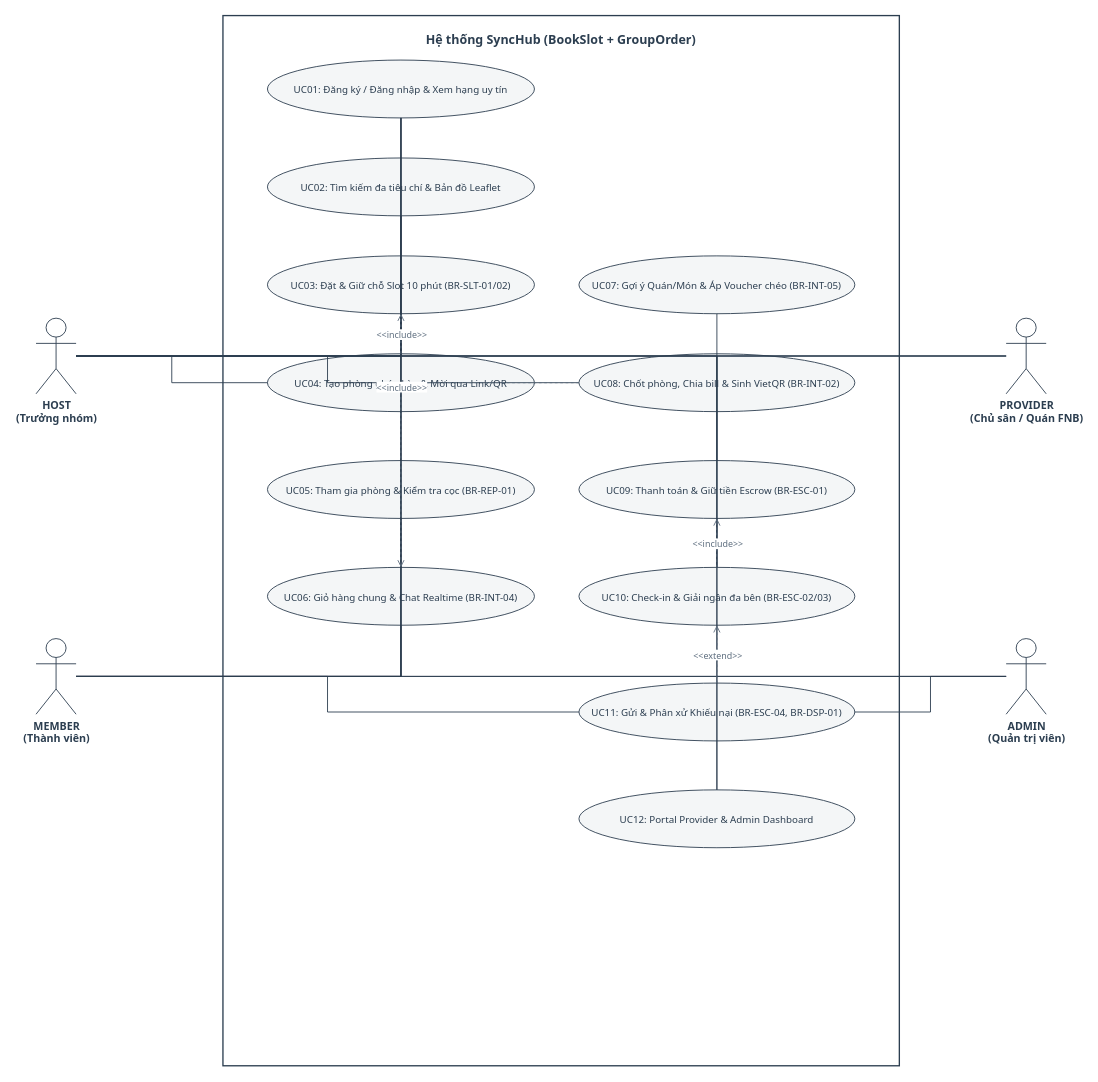
Des1r3d/WebKD keeps this draw.io diagram as page "Tổng quan hệ thống" (1 of 5) of docs/diagrams/UseCase.drawio. Above is the earlier version. Source tidied: cells renumbered, new cells numbered last; positions are measured from the earlier drawing's top-left corner, leaving out a move shared by most shapes. Both pictures are drawn from the tidied source at 89%, with x=0, y=0 at pixel (36, 15).
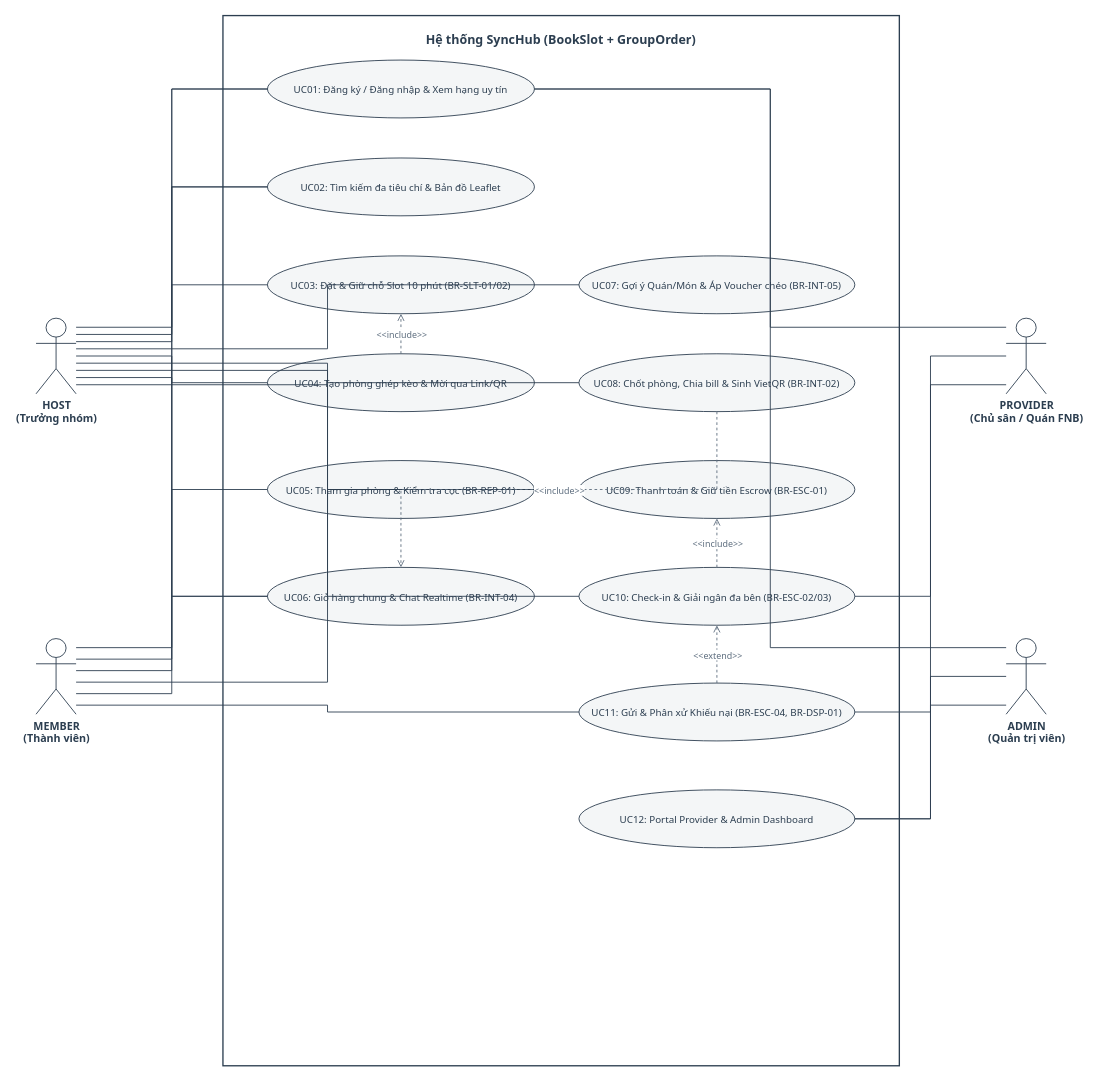
Above is the later version.

Unchanged cells that the change refers to:
```xml
<mxCell id="3" value="HOST&#10;(Trưởng nhóm)" style="shape=umlActor;verticalLabelPosition=bottom;verticalAlign=top;html=1;outlineConnect=0;fontFamily=Tahoma;fontSize=12;fontStyle=1;fillColor=#FFFFFF;strokeColor=#2C3E50;fontColor=#2C3E50;" parent="1" vertex="1">
  <mxGeometry y="340" width="45" height="85" as="geometry" />
</mxCell>
<mxCell id="4" value="MEMBER&#10;(Thành viên)" style="shape=umlActor;verticalLabelPosition=bottom;verticalAlign=top;html=1;outlineConnect=0;fontFamily=Tahoma;fontSize=12;fontStyle=1;fillColor=#FFFFFF;strokeColor=#2C3E50;fontColor=#2C3E50;" parent="1" vertex="1">
  <mxGeometry y="700" width="45" height="85" as="geometry" />
</mxCell>
<mxCell id="5" value="PROVIDER&#10;(Chủ sân / Quán FNB)" style="shape=umlActor;verticalLabelPosition=bottom;verticalAlign=top;html=1;outlineConnect=0;fontFamily=Tahoma;fontSize=12;fontStyle=1;fillColor=#FFFFFF;strokeColor=#2C3E50;fontColor=#2C3E50;" parent="1" vertex="1">
  <mxGeometry x="1090" y="340" width="45" height="85" as="geometry" />
</mxCell>
<mxCell id="6" value="ADMIN&#10;(Quản trị viên)" style="shape=umlActor;verticalLabelPosition=bottom;verticalAlign=top;html=1;outlineConnect=0;fontFamily=Tahoma;fontSize=12;fontStyle=1;fillColor=#FFFFFF;strokeColor=#2C3E50;fontColor=#2C3E50;" parent="1" vertex="1">
  <mxGeometry x="1090" y="700" width="45" height="85" as="geometry" />
</mxCell>
<mxCell id="7" value="UC01: Đăng ký / Đăng nhập &amp; Xem hạng uy tín" style="ellipse;whiteSpace=wrap;html=1;fillColor=#F4F6F7;strokeColor=#2C3E50;strokeWidth=1;fontFamily=Tahoma;fontSize=11;fontColor=#2C3E50;align=center;" parent="1" vertex="1">
  <mxGeometry x="260" y="50" width="300" height="65" as="geometry" />
</mxCell>
<mxCell id="8" value="UC02: Tìm kiếm đa tiêu chí &amp; Bản đồ Leaflet" style="ellipse;whiteSpace=wrap;html=1;fillColor=#F4F6F7;strokeColor=#2C3E50;strokeWidth=1;fontFamily=Tahoma;fontSize=11;fontColor=#2C3E50;align=center;" parent="1" vertex="1">
  <mxGeometry x="260" y="160" width="300" height="65" as="geometry" />
</mxCell>
<mxCell id="9" value="UC03: Đặt &amp; Giữ chỗ Slot 10 phút (BR-SLT-01/02)" style="ellipse;whiteSpace=wrap;html=1;fillColor=#F4F6F7;strokeColor=#2C3E50;strokeWidth=1;fontFamily=Tahoma;fontSize=11;fontColor=#2C3E50;align=center;" parent="1" vertex="1">
  <mxGeometry x="260" y="270" width="300" height="65" as="geometry" />
</mxCell>
<mxCell id="10" value="UC04: Tạo phòng ghép kèo &amp; Mời qua Link/QR" style="ellipse;whiteSpace=wrap;html=1;fillColor=#F4F6F7;strokeColor=#2C3E50;strokeWidth=1;fontFamily=Tahoma;fontSize=11;fontColor=#2C3E50;align=center;" parent="1" vertex="1">
  <mxGeometry x="260" y="380" width="300" height="65" as="geometry" />
</mxCell>
<mxCell id="11" value="UC05: Tham gia phòng &amp; Kiểm tra cọc (BR-REP-01)" style="ellipse;whiteSpace=wrap;html=1;fillColor=#F4F6F7;strokeColor=#2C3E50;strokeWidth=1;fontFamily=Tahoma;fontSize=11;fontColor=#2C3E50;align=center;" parent="1" vertex="1">
  <mxGeometry x="260" y="500" width="300" height="65" as="geometry" />
</mxCell>
<mxCell id="12" value="UC06: Giỏ hàng chung &amp; Chat Realtime (BR-INT-04)" style="ellipse;whiteSpace=wrap;html=1;fillColor=#F4F6F7;strokeColor=#2C3E50;strokeWidth=1;fontFamily=Tahoma;fontSize=11;fontColor=#2C3E50;align=center;" parent="1" vertex="1">
  <mxGeometry x="260" y="620" width="300" height="65" as="geometry" />
</mxCell>
<mxCell id="13" value="UC07: Gợi ý Quán/Món &amp; Áp Voucher chéo (BR-INT-05)" style="ellipse;whiteSpace=wrap;html=1;fillColor=#F4F6F7;strokeColor=#2C3E50;strokeWidth=1;fontFamily=Tahoma;fontSize=11;fontColor=#2C3E50;align=center;" parent="1" vertex="1">
  <mxGeometry x="610" y="270" width="310" height="65" as="geometry" />
</mxCell>
<mxCell id="14" value="UC08: Chốt phòng, Chia bill &amp; Sinh VietQR (BR-INT-02)" style="ellipse;whiteSpace=wrap;html=1;fillColor=#F4F6F7;strokeColor=#2C3E50;strokeWidth=1;fontFamily=Tahoma;fontSize=11;fontColor=#2C3E50;align=center;" parent="1" vertex="1">
  <mxGeometry x="610" y="380" width="310" height="65" as="geometry" />
</mxCell>
<mxCell id="15" value="UC09: Thanh toán &amp; Giữ tiền Escrow (BR-ESC-01)" style="ellipse;whiteSpace=wrap;html=1;fillColor=#F4F6F7;strokeColor=#2C3E50;strokeWidth=1;fontFamily=Tahoma;fontSize=11;fontColor=#2C3E50;align=center;" parent="1" vertex="1">
  <mxGeometry x="610" y="500" width="310" height="65" as="geometry" />
</mxCell>
<mxCell id="16" value="UC10: Check-in &amp; Giải ngân đa bên (BR-ESC-02/03)" style="ellipse;whiteSpace=wrap;html=1;fillColor=#F4F6F7;strokeColor=#2C3E50;strokeWidth=1;fontFamily=Tahoma;fontSize=11;fontColor=#2C3E50;align=center;" parent="1" vertex="1">
  <mxGeometry x="610" y="620" width="310" height="65" as="geometry" />
</mxCell>
<mxCell id="17" value="UC11: Gửi &amp; Phân xử Khiếu nại (BR-ESC-04, BR-DSP-01)" style="ellipse;whiteSpace=wrap;html=1;fillColor=#F4F6F7;strokeColor=#2C3E50;strokeWidth=1;fontFamily=Tahoma;fontSize=11;fontColor=#2C3E50;align=center;" parent="1" vertex="1">
  <mxGeometry x="610" y="750" width="310" height="65" as="geometry" />
</mxCell>
<mxCell id="18" value="UC12: Portal Provider &amp; Admin Dashboard" style="ellipse;whiteSpace=wrap;html=1;fillColor=#F4F6F7;strokeColor=#2C3E50;strokeWidth=1;fontFamily=Tahoma;fontSize=11;fontColor=#2C3E50;align=center;" parent="1" vertex="1">
  <mxGeometry x="610" y="870" width="310" height="65" as="geometry" />
</mxCell>
```

Change to the diagram source:
```diff
@@
-    <mxCell id="19" style="endArrow=none;html=1;rounded=0;edgeStyle=orthogonalEdgeStyle;jettySize=auto;strokeColor=#2C3E50;strokeWidth=1;fontFamily=Tahoma;" parent="1" edge="1" source="3" target="7">
+    <mxCell id="19" style="endArrow=none;html=1;rounded=0;edgeStyle=orthogonalEdgeStyle;jettySize=auto;strokeColor=#2C3E50;strokeWidth=1;fontFamily=Tahoma;exitX=1;exitY=0.120;entryX=0;entryY=0.5;" parent="1" edge="1" source="3" target="7">
       <mxGeometry relative="1" as="geometry" />
     </mxCell>
-    <mxCell id="20" style="endArrow=none;html=1;rounded=0;edgeStyle=orthogonalEdgeStyle;jettySize=auto;strokeColor=#2C3E50;strokeWidth=1;fontFamily=Tahoma;" parent="1" edge="1" source="3" target="8">
+    <mxCell id="20" style="endArrow=none;html=1;rounded=0;edgeStyle=orthogonalEdgeStyle;jettySize=auto;strokeColor=#2C3E50;strokeWidth=1;fontFamily=Tahoma;exitX=1;exitY=0.215;entryX=0;entryY=0.5;" parent="1" edge="1" source="3" target="8">
       <mxGeometry relative="1" as="geometry" />
     </mxCell>
-    <mxCell id="21" style="endArrow=none;html=1;rounded=0;edgeStyle=orthogonalEdgeStyle;jettySize=auto;strokeColor=#2C3E50;strokeWidth=1;fontFamily=Tahoma;" parent="1" edge="1" source="3" target="9">
+    <mxCell id="21" style="endArrow=none;html=1;rounded=0;edgeStyle=orthogonalEdgeStyle;jettySize=auto;strokeColor=#2C3E50;strokeWidth=1;fontFamily=Tahoma;exitX=1;exitY=0.310;entryX=0;entryY=0.5;" parent="1" edge="1" source="3" target="9">
       <mxGeometry relative="1" as="geometry" />
     </mxCell>
-    <mxCell id="22" style="endArrow=none;html=1;rounded=0;edgeStyle=orthogonalEdgeStyle;jettySize=auto;strokeColor=#2C3E50;strokeWidth=1;fontFamily=Tahoma;" parent="1" edge="1" source="3" target="10">
+    <mxCell id="22" style="endArrow=none;html=1;rounded=0;edgeStyle=orthogonalEdgeStyle;jettySize=auto;strokeColor=#2C3E50;strokeWidth=1;fontFamily=Tahoma;exitX=1;exitY=0.500;entryX=0;entryY=0.5;" parent="1" edge="1" source="3" target="10">
       <mxGeometry relative="1" as="geometry" />
     </mxCell>
-    <mxCell id="23" style="endArrow=none;html=1;rounded=0;edgeStyle=orthogonalEdgeStyle;jettySize=auto;strokeColor=#2C3E50;strokeWidth=1;fontFamily=Tahoma;" parent="1" edge="1" source="3" target="12">
+    <mxCell id="23" style="endArrow=none;html=1;rounded=0;edgeStyle=orthogonalEdgeStyle;jettySize=auto;strokeColor=#2C3E50;strokeWidth=1;fontFamily=Tahoma;exitX=1;exitY=0.785;entryX=0;entryY=0.5;" parent="1" edge="1" source="3" target="12">
       <mxGeometry relative="1" as="geometry" />
     </mxCell>
-    <mxCell id="24" style="endArrow=none;html=1;rounded=0;edgeStyle=orthogonalEdgeStyle;jettySize=auto;strokeColor=#2C3E50;strokeWidth=1;fontFamily=Tahoma;" parent="1" edge="1" source="3" target="13">
+    <mxCell id="24" style="endArrow=none;html=1;rounded=0;edgeStyle=orthogonalEdgeStyle;jettySize=auto;strokeColor=#2C3E50;strokeWidth=1;fontFamily=Tahoma;exitX=1;exitY=0.405;entryX=0;entryY=0.5;" parent="1" edge="1" source="3" target="13">
       <mxGeometry relative="1" as="geometry" />
     </mxCell>
-    <mxCell id="25" style="endArrow=none;html=1;rounded=0;edgeStyle=orthogonalEdgeStyle;jettySize=auto;strokeColor=#2C3E50;strokeWidth=1;fontFamily=Tahoma;" parent="1" edge="1" source="3" target="14">
+    <mxCell id="25" style="endArrow=none;html=1;rounded=0;edgeStyle=orthogonalEdgeStyle;jettySize=auto;strokeColor=#2C3E50;strokeWidth=1;fontFamily=Tahoma;exitX=1;exitY=0.595;entryX=0;entryY=0.5;" parent="1" edge="1" source="3" target="14">
       <mxGeometry relative="1" as="geometry" />
     </mxCell>
-    <mxCell id="26" style="endArrow=none;html=1;rounded=0;edgeStyle=orthogonalEdgeStyle;jettySize=auto;strokeColor=#2C3E50;strokeWidth=1;fontFamily=Tahoma;" parent="1" edge="1" source="3" target="15">
+    <mxCell id="26" style="endArrow=none;html=1;rounded=0;edgeStyle=orthogonalEdgeStyle;jettySize=auto;strokeColor=#2C3E50;strokeWidth=1;fontFamily=Tahoma;exitX=1;exitY=0.690;entryX=0;entryY=0.5;" parent="1" edge="1" source="3" target="15">
       <mxGeometry relative="1" as="geometry" />
     </mxCell>
-    <mxCell id="27" style="endArrow=none;html=1;rounded=0;edgeStyle=orthogonalEdgeStyle;jettySize=auto;strokeColor=#2C3E50;strokeWidth=1;fontFamily=Tahoma;" parent="1" edge="1" source="3" target="16">
+    <mxCell id="27" style="endArrow=none;html=1;rounded=0;edgeStyle=orthogonalEdgeStyle;jettySize=auto;strokeColor=#2C3E50;strokeWidth=1;fontFamily=Tahoma;exitX=1;exitY=0.880;entryX=0;entryY=0.5;" parent="1" edge="1" source="3" target="16">
       <mxGeometry relative="1" as="geometry" />
     </mxCell>
-    <mxCell id="28" style="endArrow=none;html=1;rounded=0;edgeStyle=orthogonalEdgeStyle;jettySize=auto;strokeColor=#2C3E50;strokeWidth=1;fontFamily=Tahoma;" parent="1" edge="1" source="4" target="7">
+    <mxCell id="28" style="endArrow=none;html=1;rounded=0;edgeStyle=orthogonalEdgeStyle;jettySize=auto;strokeColor=#2C3E50;strokeWidth=1;fontFamily=Tahoma;exitX=1;exitY=0.120;entryX=0;entryY=0.5;" parent="1" edge="1" source="4" target="7">
       <mxGeometry relative="1" as="geometry" />
     </mxCell>
-    <mxCell id="29" style="endArrow=none;html=1;rounded=0;edgeStyle=orthogonalEdgeStyle;jettySize=auto;strokeColor=#2C3E50;strokeWidth=1;fontFamily=Tahoma;" parent="1" edge="1" source="4" target="8">
+    <mxCell id="29" style="endArrow=none;html=1;rounded=0;edgeStyle=orthogonalEdgeStyle;jettySize=auto;strokeColor=#2C3E50;strokeWidth=1;fontFamily=Tahoma;exitX=1;exitY=0.272;entryX=0;entryY=0.5;" parent="1" edge="1" source="4" target="8">
       <mxGeometry relative="1" as="geometry" />
     </mxCell>
-    <mxCell id="30" style="endArrow=none;html=1;rounded=0;edgeStyle=orthogonalEdgeStyle;jettySize=auto;strokeColor=#2C3E50;strokeWidth=1;fontFamily=Tahoma;" parent="1" edge="1" source="4" target="11">
+    <mxCell id="30" style="endArrow=none;html=1;rounded=0;edgeStyle=orthogonalEdgeStyle;jettySize=auto;strokeColor=#2C3E50;strokeWidth=1;fontFamily=Tahoma;exitX=1;exitY=0.424;entryX=0;entryY=0.5;" parent="1" edge="1" source="4" target="11">
       <mxGeometry relative="1" as="geometry" />
     </mxCell>
-    <mxCell id="31" style="endArrow=none;html=1;rounded=0;edgeStyle=orthogonalEdgeStyle;jettySize=auto;strokeColor=#2C3E50;strokeWidth=1;fontFamily=Tahoma;" parent="1" edge="1" source="4" target="12">
+    <mxCell id="31" style="endArrow=none;html=1;rounded=0;edgeStyle=orthogonalEdgeStyle;jettySize=auto;strokeColor=#2C3E50;strokeWidth=1;fontFamily=Tahoma;exitX=1;exitY=0.728;entryX=0;entryY=0.5;" parent="1" edge="1" source="4" target="12">
       <mxGeometry relative="1" as="geometry" />
     </mxCell>
-    <mxCell id="32" style="endArrow=none;html=1;rounded=0;edgeStyle=orthogonalEdgeStyle;jettySize=auto;strokeColor=#2C3E50;strokeWidth=1;fontFamily=Tahoma;" parent="1" edge="1" source="4" target="15">
+    <mxCell id="32" style="endArrow=none;html=1;rounded=0;edgeStyle=orthogonalEdgeStyle;jettySize=auto;strokeColor=#2C3E50;strokeWidth=1;fontFamily=Tahoma;exitX=1;exitY=0.576;entryX=0;entryY=0.5;" parent="1" edge="1" source="4" target="15">
       <mxGeometry relative="1" as="geometry" />
     </mxCell>
-    <mxCell id="33" style="endArrow=none;html=1;rounded=0;edgeStyle=orthogonalEdgeStyle;jettySize=auto;strokeColor=#2C3E50;strokeWidth=1;fontFamily=Tahoma;" parent="1" edge="1" source="4" target="17">
+    <mxCell id="33" style="endArrow=none;html=1;rounded=0;edgeStyle=orthogonalEdgeStyle;jettySize=auto;strokeColor=#2C3E50;strokeWidth=1;fontFamily=Tahoma;exitX=1;exitY=0.880;entryX=0;entryY=0.5;" parent="1" edge="1" source="4" target="17">
       <mxGeometry relative="1" as="geometry" />
     </mxCell>
-    <mxCell id="34" style="endArrow=none;html=1;rounded=0;edgeStyle=orthogonalEdgeStyle;jettySize=auto;strokeColor=#2C3E50;strokeWidth=1;fontFamily=Tahoma;" parent="1" edge="1" source="5" target="7">
+    <mxCell id="34" style="endArrow=none;html=1;rounded=0;edgeStyle=orthogonalEdgeStyle;jettySize=auto;strokeColor=#2C3E50;strokeWidth=1;fontFamily=Tahoma;exitX=0;exitY=0.120;entryX=1;entryY=0.5;" parent="1" edge="1" source="5" target="7">
       <mxGeometry relative="1" as="geometry" />
     </mxCell>
-    <mxCell id="35" style="endArrow=none;html=1;rounded=0;edgeStyle=orthogonalEdgeStyle;jettySize=auto;strokeColor=#2C3E50;strokeWidth=1;fontFamily=Tahoma;" parent="1" edge="1" source="5" target="16">
+    <mxCell id="35" style="endArrow=none;html=1;rounded=0;edgeStyle=orthogonalEdgeStyle;jettySize=auto;strokeColor=#2C3E50;strokeWidth=1;fontFamily=Tahoma;exitX=0;exitY=0.500;entryX=1;entryY=0.5;" parent="1" edge="1" source="5" target="16">
       <mxGeometry relative="1" as="geometry" />
     </mxCell>
-    <mxCell id="36" style="endArrow=none;html=1;rounded=0;edgeStyle=orthogonalEdgeStyle;jettySize=auto;strokeColor=#2C3E50;strokeWidth=1;fontFamily=Tahoma;" parent="1" edge="1" source="5" target="18">
+    <mxCell id="36" style="endArrow=none;html=1;rounded=0;edgeStyle=orthogonalEdgeStyle;jettySize=auto;strokeColor=#2C3E50;strokeWidth=1;fontFamily=Tahoma;exitX=0;exitY=0.880;entryX=1;entryY=0.5;" parent="1" edge="1" source="5" target="18">
       <mxGeometry relative="1" as="geometry" />
     </mxCell>
-    <mxCell id="37" style="endArrow=none;html=1;rounded=0;edgeStyle=orthogonalEdgeStyle;jettySize=auto;strokeColor=#2C3E50;strokeWidth=1;fontFamily=Tahoma;" parent="1" edge="1" source="6" target="7">
+    <mxCell id="37" style="endArrow=none;html=1;rounded=0;edgeStyle=orthogonalEdgeStyle;jettySize=auto;strokeColor=#2C3E50;strokeWidth=1;fontFamily=Tahoma;exitX=0;exitY=0.120;entryX=1;entryY=0.5;" parent="1" edge="1" source="6" target="7">
       <mxGeometry relative="1" as="geometry" />
     </mxCell>
-    <mxCell id="38" style="endArrow=none;html=1;rounded=0;edgeStyle=orthogonalEdgeStyle;jettySize=auto;strokeColor=#2C3E50;strokeWidth=1;fontFamily=Tahoma;" parent="1" edge="1" source="6" target="17">
+    <mxCell id="38" style="endArrow=none;html=1;rounded=0;edgeStyle=orthogonalEdgeStyle;jettySize=auto;strokeColor=#2C3E50;strokeWidth=1;fontFamily=Tahoma;exitX=0;exitY=0.500;entryX=1;entryY=0.5;" parent="1" edge="1" source="6" target="17">
       <mxGeometry relative="1" as="geometry" />
     </mxCell>
-    <mxCell id="39" style="endArrow=none;html=1;rounded=0;edgeStyle=orthogonalEdgeStyle;jettySize=auto;strokeColor=#2C3E50;strokeWidth=1;fontFamily=Tahoma;" parent="1" edge="1" source="6" target="18">
+    <mxCell id="39" style="endArrow=none;html=1;rounded=0;edgeStyle=orthogonalEdgeStyle;jettySize=auto;strokeColor=#2C3E50;strokeWidth=1;fontFamily=Tahoma;exitX=0;exitY=0.880;entryX=1;entryY=0.5;" parent="1" edge="1" source="6" target="18">
       <mxGeometry relative="1" as="geometry" />
     </mxCell>
-    <mxCell id="40" style="endArrow=open;dashed=1;html=1;rounded=0;endFill=0;edgeStyle=orthogonalEdgeStyle;jettySize=auto;strokeColor=#5D6D7E;strokeWidth=1;fontFamily=Tahoma;" parent="1" edge="1" source="10" target="9">
+    <mxCell id="40" style="endArrow=open;dashed=1;html=1;rounded=0;endFill=0;edgeStyle=orthogonalEdgeStyle;jettySize=auto;strokeColor=#5D6D7E;strokeWidth=1;fontFamily=Tahoma;exitX=0.5;exitY=0;entryX=0.5;entryY=1;" parent="1" edge="1" source="10" target="9">
       <mxGeometry relative="1" as="geometry" />
     </mxCell>
@@
-    <mxCell id="42" style="endArrow=open;dashed=1;html=1;rounded=0;endFill=0;edgeStyle=orthogonalEdgeStyle;jettySize=auto;strokeColor=#5D6D7E;strokeWidth=1;fontFamily=Tahoma;" parent="1" edge="1" source="14" target="12">
+    <mxCell id="42" style="endArrow=open;dashed=1;html=1;rounded=0;endFill=0;edgeStyle=orthogonalEdgeStyle;jettySize=auto;strokeColor=#5D6D7E;strokeWidth=1;fontFamily=Tahoma;exitX=0.5;exitY=1;entryX=0.5;entryY=0;" parent="1" edge="1" source="14" target="12">
       <mxGeometry relative="1" as="geometry" />
     </mxCell>
@@
-    <mxCell id="44" style="endArrow=open;dashed=1;html=1;rounded=0;endFill=0;edgeStyle=orthogonalEdgeStyle;jettySize=auto;strokeColor=#5D6D7E;strokeWidth=1;fontFamily=Tahoma;" parent="1" edge="1" source="16" target="15">
+    <mxCell id="44" style="endArrow=open;dashed=1;html=1;rounded=0;endFill=0;edgeStyle=orthogonalEdgeStyle;jettySize=auto;strokeColor=#5D6D7E;strokeWidth=1;fontFamily=Tahoma;exitX=0.5;exitY=0;entryX=0.5;entryY=1;" parent="1" edge="1" source="16" target="15">
       <mxGeometry relative="1" as="geometry" />
     </mxCell>
@@
-    <mxCell id="46" style="endArrow=open;dashed=1;html=1;rounded=0;endFill=0;edgeStyle=orthogonalEdgeStyle;jettySize=auto;strokeColor=#5D6D7E;strokeWidth=1;fontFamily=Tahoma;" parent="1" edge="1" source="17" target="16">
+    <mxCell id="46" style="endArrow=open;dashed=1;html=1;rounded=0;endFill=0;edgeStyle=orthogonalEdgeStyle;jettySize=auto;strokeColor=#5D6D7E;strokeWidth=1;fontFamily=Tahoma;exitX=0.5;exitY=0;entryX=0.5;entryY=1;" parent="1" edge="1" source="17" target="16">
       <mxGeometry relative="1" as="geometry" />
     </mxCell>
```
